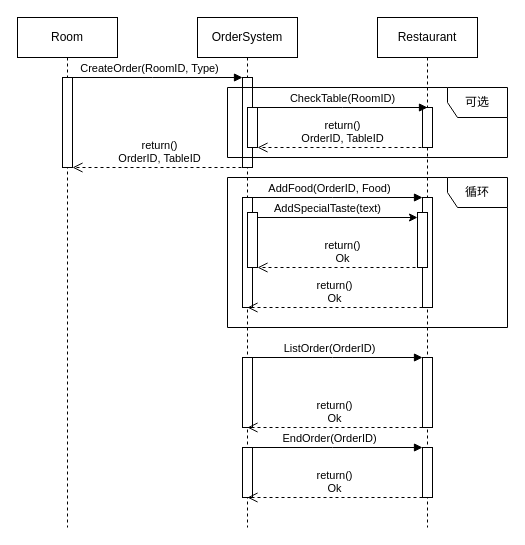
Above: 餐饮SSD.drawio in lyhkk/Test (draw.io), before the change. Source tidied: cells renumbered, new cells numbered last; positions are measured from the earlier drawing's top-left corner, leaving out a move shared by most shapes. Both pictures are drawn from the tidied source at 100%, with x=0, y=0 at pixel (17, 17).
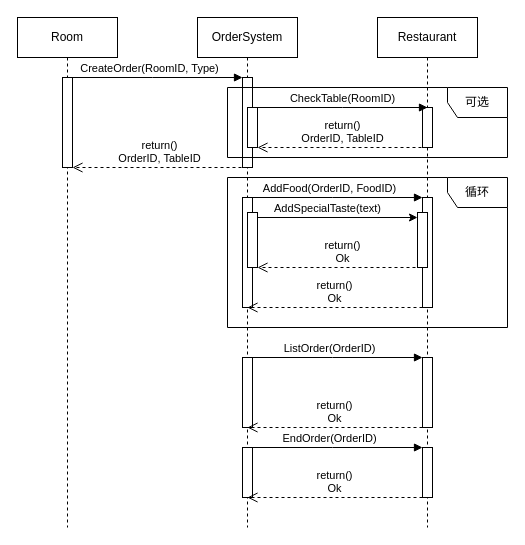
The same diagram, later.

What changed in the source:
```diff
@@
-    <mxCell id="22" value="AddFood(OrderID, Food)" style="html=1;verticalAlign=bottom;endArrow=block;edgeStyle=elbowEdgeStyle;elbow=vertical;curved=0;rounded=0;" parent="1" edge="1">
+    <mxCell id="22" value="AddFood(OrderID, FoodID)" style="html=1;verticalAlign=bottom;endArrow=block;edgeStyle=elbowEdgeStyle;elbow=vertical;curved=0;rounded=0;" parent="1" edge="1">
       <mxGeometry x="-0.06" relative="1" as="geometry">
         <mxPoint x="230" y="180" as="sourcePoint" />
         <mxPoint x="405" y="180" as="targetPoint" />
         <Array as="points">
           <mxPoint x="315" y="180" />
         </Array>
       </mxGeometry>
     </mxCell>
```
